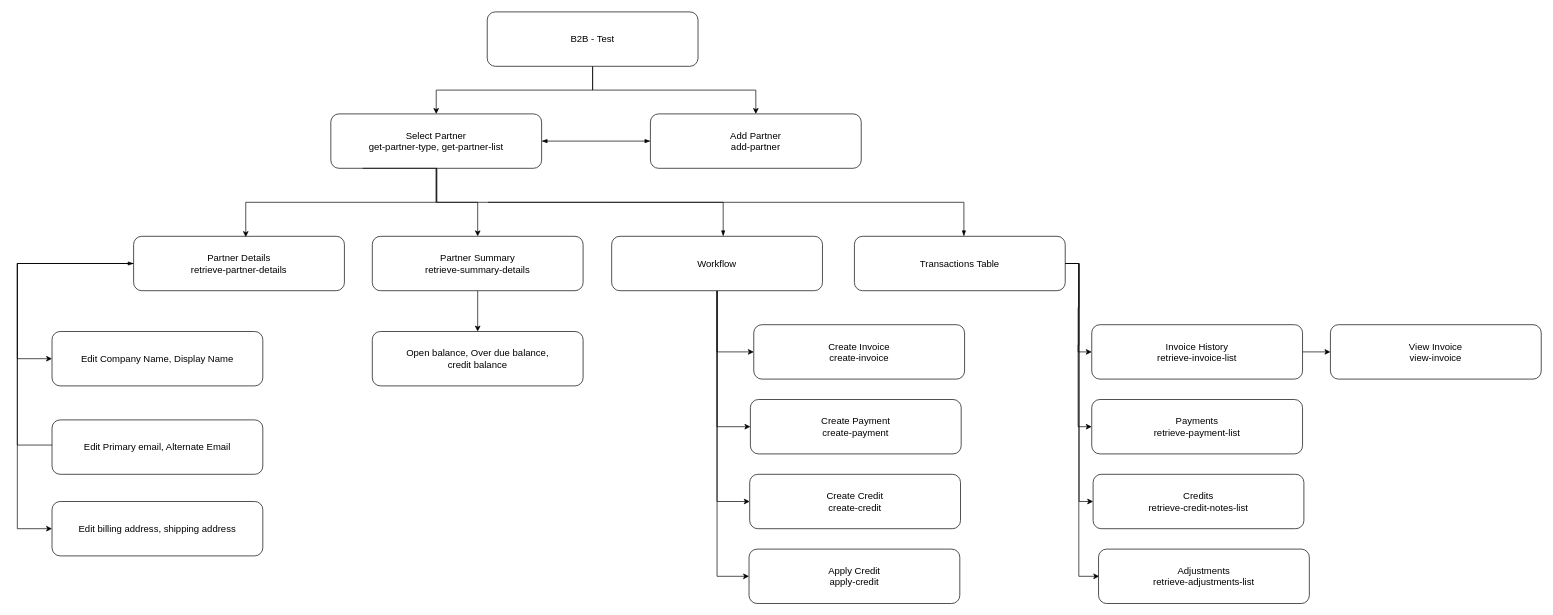
The draw.io diagram github-test.drawio in msgtobala/draw-io, before the edit. Source tidied: cells renumbered, new cells numbered last; positions are measured from the earlier drawing's top-left corner, leaving out a move shared by most shapes. Both pictures are drawn from the tidied source at 68%, with x=0, y=0 at pixel (17, 12).
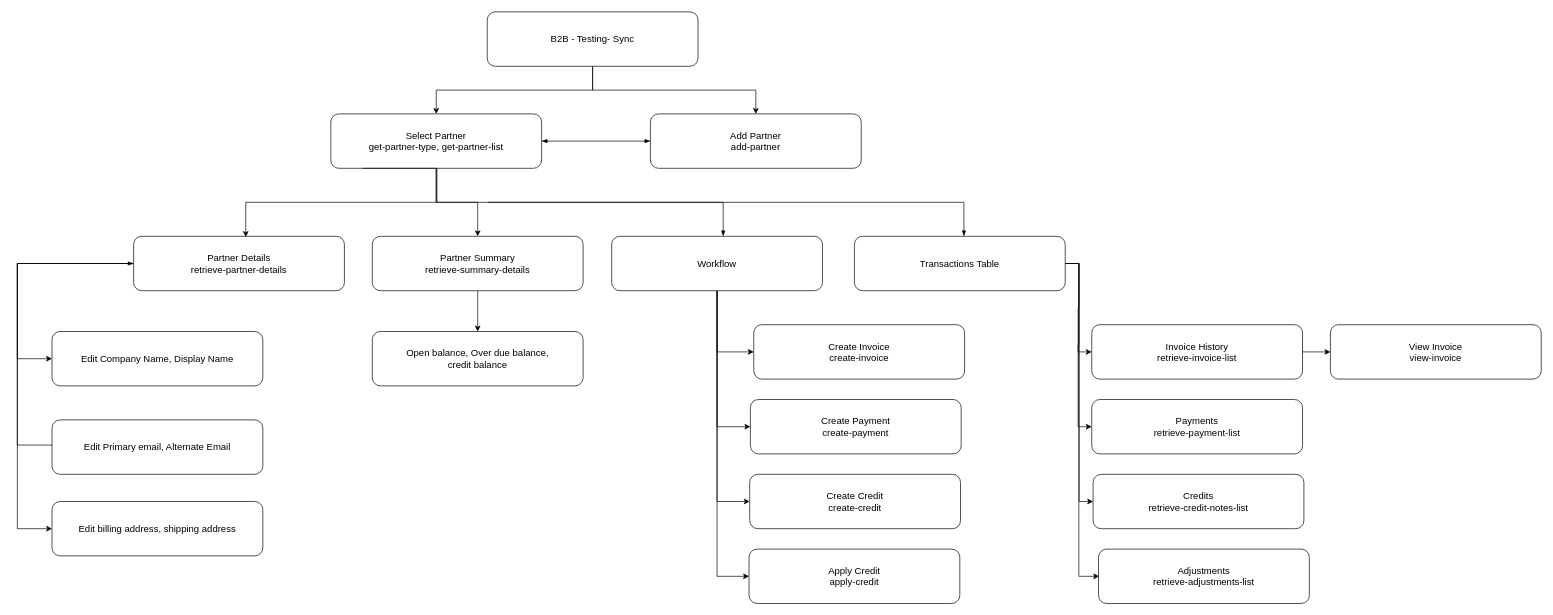
The same page after the edit.

Commit message:
testing sync github-test.drawio

Diff of the diagram source:
```diff
@@
-    <mxCell id="4" value="&lt;font style=&quot;font-size: 14px;&quot;&gt;B2B - Test&lt;/font&gt;" style="rounded=1;whiteSpace=wrap;html=1;" parent="1" vertex="1">
+    <mxCell id="4" value="&lt;font style=&quot;font-size: 14px;&quot;&gt;B2B - Testing- Sync&lt;/font&gt;" style="rounded=1;whiteSpace=wrap;html=1;" parent="1" vertex="1">
       <mxGeometry x="691" width="310" height="80" as="geometry" />
     </mxCell>
```
